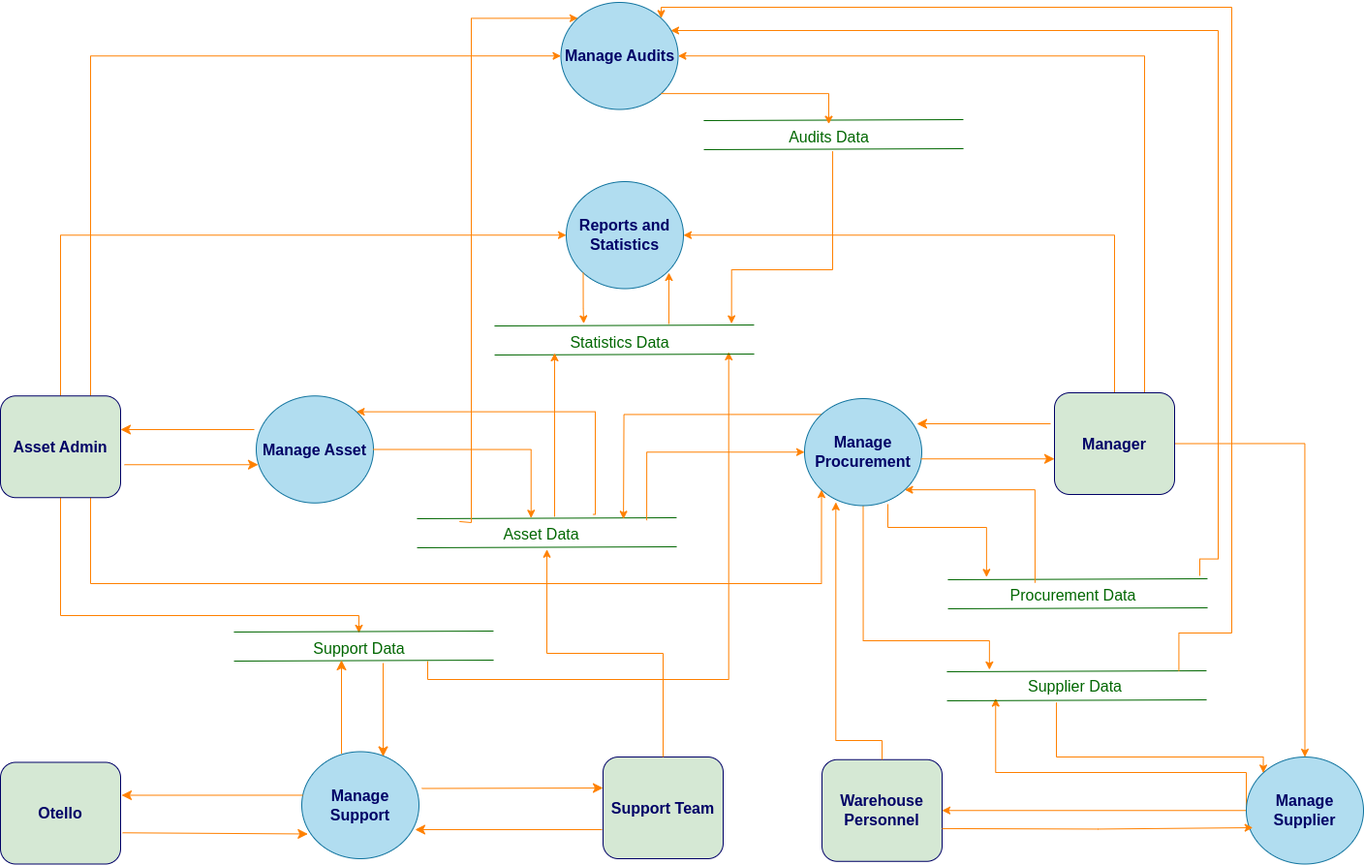
Earlier version of the draw.io export diagrams/itam-dfd/itam-dfd-level-1.png (kxh03/itam). Source tidied: cells renumbered, new cells last; positions are measured from the earlier drawing's top-left corner, leaving out a move shared by most shapes.
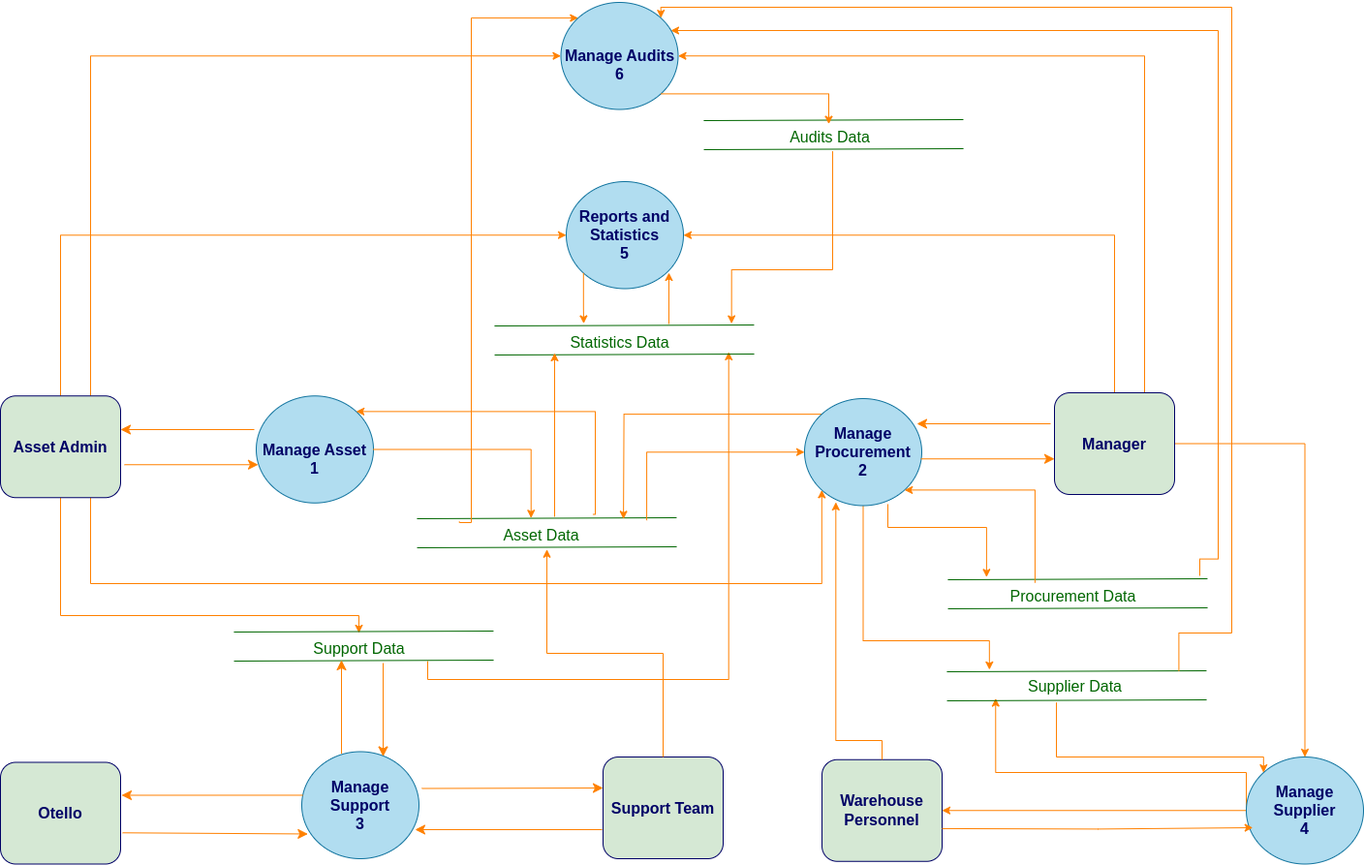
Later version of the same file.

Change to the diagram source:
```diff
@@ -57,7 +57,7 @@
     <mxCell id="14" value="&lt;font color=&quot;#006600&quot; style=&quot;font-size: 16px;&quot;&gt;Asset Data&lt;/font&gt;" style="text;html=1;align=center;verticalAlign=middle;points=[];strokeColor=none;fillColor=none;" parent="1" vertex="1">
       <mxGeometry x="510" y="534" width="96" height="31" as="geometry" />
     </mxCell>
-    <mxCell id="15" value="&lt;font color=&quot;#000066&quot;&gt;&lt;span style=&quot;font-size: 16px;&quot;&gt;&lt;b&gt;Manage Asset&lt;/b&gt;&lt;/span&gt;&lt;/font&gt;" style="ellipse;whiteSpace=wrap;html=1;fontSize=12;fillColor=#b1ddf0;strokeColor=#10739e;" parent="1" vertex="1">
+    <mxCell id="15" value="&lt;font color=&quot;#000066&quot;&gt;&lt;span style=&quot;font-size: 16px;&quot;&gt;&lt;b&gt;&lt;br&gt;Manage Asset&lt;br&gt;1&lt;br&gt;&lt;/b&gt;&lt;/span&gt;&lt;/font&gt;" style="ellipse;whiteSpace=wrap;html=1;fontSize=12;fillColor=#b1ddf0;strokeColor=#10739e;" parent="1" vertex="1">
       <mxGeometry x="264" y="406.2" width="121" height="110.5" as="geometry" />
     </mxCell>
     <mxCell id="16" style="edgeStyle=none;rounded=0;orthogonalLoop=1;jettySize=auto;html=1;fontSize=12;jumpStyle=arc;entryX=1;entryY=0.15;entryDx=0;entryDy=0;entryPerimeter=0;strokeColor=#006600;shape=link;width=30;" parent="1" edge="1">
@@ -82,7 +82,7 @@
         </Array>
       </mxGeometry>
     </mxCell>
-    <mxCell id="20" value="&lt;font color=&quot;#000066&quot;&gt;&lt;span style=&quot;font-size: 16px;&quot;&gt;&lt;b&gt;Manage Support&lt;/b&gt;&lt;/span&gt;&lt;/font&gt;" style="ellipse;whiteSpace=wrap;html=1;fontSize=12;fillColor=#b1ddf0;strokeColor=#10739e;" parent="1" vertex="1">
+    <mxCell id="20" value="&lt;font color=&quot;#000066&quot;&gt;&lt;span style=&quot;font-size: 16px;&quot;&gt;&lt;b&gt;Manage Support&lt;br&gt;3&lt;br&gt;&lt;/b&gt;&lt;/span&gt;&lt;/font&gt;" style="ellipse;whiteSpace=wrap;html=1;fontSize=12;fillColor=#b1ddf0;strokeColor=#10739e;" parent="1" vertex="1">
       <mxGeometry x="311" y="773.5" width="121" height="110.5" as="geometry" />
     </mxCell>
     <mxCell id="21" style="edgeStyle=orthogonalEdgeStyle;rounded=0;jettySize=auto;html=1;exitX=0;exitY=0.5;exitDx=0;exitDy=0;strokeColor=#FF8000;" parent="1" edge="1" source="23">
@@ -97,7 +97,7 @@
     <mxCell id="22" style="edgeStyle=orthogonalEdgeStyle;rounded=0;jettySize=auto;html=1;exitX=0;exitY=0.5;exitDx=0;exitDy=0;strokeColor=#FF8000;" parent="1" edge="1" source="23" target="18">
       <mxGeometry relative="1" as="geometry" />
     </mxCell>
-    <mxCell id="23" value="&lt;font color=&quot;#000066&quot;&gt;&lt;span style=&quot;font-size: 16px;&quot;&gt;&lt;b&gt;Manage Supplier&lt;/b&gt;&lt;/span&gt;&lt;/font&gt;" style="ellipse;whiteSpace=wrap;html=1;fontSize=12;fillColor=#b1ddf0;strokeColor=#10739e;" parent="1" vertex="1">
+    <mxCell id="23" value="&lt;font color=&quot;#000066&quot;&gt;&lt;span style=&quot;font-size: 16px;&quot;&gt;&lt;b&gt;Manage Supplier&lt;br&gt;4&lt;br&gt;&lt;/b&gt;&lt;/span&gt;&lt;/font&gt;" style="ellipse;whiteSpace=wrap;html=1;fontSize=12;fillColor=#b1ddf0;strokeColor=#10739e;" parent="1" vertex="1">
       <mxGeometry x="1286" y="779" width="121" height="110.5" as="geometry" />
     </mxCell>
     <mxCell id="24" style="edgeStyle=orthogonalEdgeStyle;rounded=0;jettySize=auto;html=1;exitX=0;exitY=0;exitDx=0;exitDy=0;strokeColor=#FF8000;" parent="1" edge="1" source="28">
@@ -131,7 +131,7 @@
         </Array>
       </mxGeometry>
     </mxCell>
-    <mxCell id="28" value="&lt;font color=&quot;#000066&quot;&gt;&lt;span style=&quot;font-size: 16px;&quot;&gt;&lt;b&gt;Manage Procurement&lt;/b&gt;&lt;/span&gt;&lt;/font&gt;" style="ellipse;whiteSpace=wrap;html=1;fontSize=12;fillColor=#b1ddf0;strokeColor=#10739e;" parent="1" vertex="1">
+    <mxCell id="28" value="&lt;font color=&quot;#000066&quot;&gt;&lt;span style=&quot;font-size: 16px;&quot;&gt;&lt;b&gt;Manage Procurement&lt;br&gt;2&lt;br&gt;&lt;/b&gt;&lt;/span&gt;&lt;/font&gt;" style="ellipse;whiteSpace=wrap;html=1;fontSize=12;fillColor=#b1ddf0;strokeColor=#10739e;" parent="1" vertex="1">
       <mxGeometry x="830" y="409" width="121" height="110.5" as="geometry" />
     </mxCell>
     <mxCell id="29" style="edgeStyle=none;rounded=0;orthogonalLoop=1;jettySize=auto;html=1;fontSize=12;jumpStyle=arc;entryX=1;entryY=0.15;entryDx=0;entryDy=0;entryPerimeter=0;strokeColor=#006600;shape=link;width=30;" parent="1" edge="1">
@@ -227,7 +227,7 @@
         </Array>
       </mxGeometry>
     </mxCell>
-    <mxCell id="47" value="&lt;font color=&quot;#000066&quot;&gt;&lt;span style=&quot;font-size: 16px;&quot;&gt;&lt;b&gt;Reports and Statistics&lt;/b&gt;&lt;/span&gt;&lt;/font&gt;" style="ellipse;whiteSpace=wrap;html=1;fontSize=12;fillColor=#b1ddf0;strokeColor=#10739e;" parent="1" vertex="1">
+    <mxCell id="47" value="&lt;font color=&quot;#000066&quot;&gt;&lt;span style=&quot;font-size: 16px;&quot;&gt;&lt;b&gt;Reports and Statistics&lt;br&gt;5&lt;br&gt;&lt;/b&gt;&lt;/span&gt;&lt;/font&gt;" style="ellipse;whiteSpace=wrap;html=1;fontSize=12;fillColor=#b1ddf0;strokeColor=#10739e;" parent="1" vertex="1">
       <mxGeometry x="584" y="185" width="121" height="110.5" as="geometry" />
     </mxCell>
     <mxCell id="48" style="edgeStyle=none;rounded=0;orthogonalLoop=1;jettySize=auto;html=1;fontSize=12;jumpStyle=arc;entryX=1;entryY=0.15;entryDx=0;entryDy=0;entryPerimeter=0;strokeColor=#006600;shape=link;width=30;" parent="1" edge="1">
@@ -315,7 +315,7 @@
         </Array>
       </mxGeometry>
     </mxCell>
-    <mxCell id="60" value="&lt;font color=&quot;#000066&quot;&gt;&lt;span style=&quot;font-size: 16px;&quot;&gt;&lt;b&gt;Manage Audits&lt;/b&gt;&lt;/span&gt;&lt;/font&gt;" style="ellipse;whiteSpace=wrap;html=1;fontSize=12;fillColor=#b1ddf0;strokeColor=#10739e;" parent="1" vertex="1">
+    <mxCell id="60" value="&lt;font color=&quot;#000066&quot;&gt;&lt;span style=&quot;font-size: 16px;&quot;&gt;&lt;b&gt;&lt;br&gt;Manage Audits&lt;br&gt;6&lt;br&gt;&lt;/b&gt;&lt;/span&gt;&lt;/font&gt;" style="ellipse;whiteSpace=wrap;html=1;fontSize=12;fillColor=#b1ddf0;strokeColor=#10739e;" parent="1" vertex="1">
       <mxGeometry x="578.5" width="121" height="110.5" as="geometry" />
     </mxCell>
     <mxCell id="61" style="edgeStyle=none;rounded=0;orthogonalLoop=1;jettySize=auto;html=1;fontSize=12;jumpStyle=arc;entryX=1;entryY=0.15;entryDx=0;entryDy=0;entryPerimeter=0;strokeColor=#006600;shape=link;width=30;" parent="1" edge="1">
```
